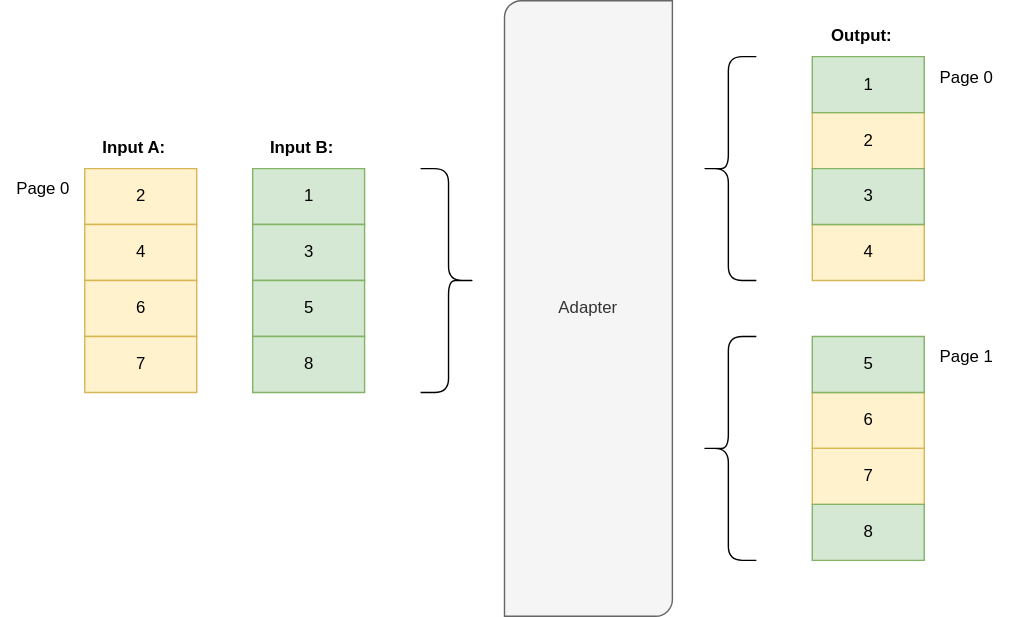
Above: images/MergeResponsesSimple.svg in cwahlmann/searchadapter (draw.io), before the change. Source tidied: cells renumbered, new cells last; positions are measured from the earlier drawing's top-left corner, leaving out a move shared by most shapes. Its diagram source:
```xml
<mxGraphModel>
  <root>
    <mxCell id="0" />
    <mxCell id="1" parent="0" />
    <mxCell id="2" value="2" style="verticalLabelPosition=middle;verticalAlign=middle;html=1;shape=mxgraph.basic.rect;fillColor2=none;strokeWidth=1;size=20;indent=5;labelPosition=center;align=center;fillColor=#fff2cc;strokeColor=#d6b656;" parent="1" vertex="1">
      <mxGeometry x="60" y="120" width="80" height="40" as="geometry" />
    </mxCell>
    <mxCell id="3" value="4" style="verticalLabelPosition=middle;verticalAlign=middle;html=1;shape=mxgraph.basic.rect;fillColor2=none;strokeWidth=1;size=20;indent=5;labelPosition=center;align=center;fillColor=#fff2cc;strokeColor=#d6b656;" parent="1" vertex="1">
      <mxGeometry x="60" y="160" width="80" height="40" as="geometry" />
    </mxCell>
    <mxCell id="4" value="6" style="verticalLabelPosition=middle;verticalAlign=middle;html=1;shape=mxgraph.basic.rect;fillColor2=none;strokeWidth=1;size=20;indent=5;labelPosition=center;align=center;fillColor=#fff2cc;strokeColor=#d6b656;" parent="1" vertex="1">
      <mxGeometry x="60" y="200" width="80" height="40" as="geometry" />
    </mxCell>
    <mxCell id="5" value="7" style="verticalLabelPosition=middle;verticalAlign=middle;html=1;shape=mxgraph.basic.rect;fillColor2=none;strokeWidth=1;size=20;indent=5;labelPosition=center;align=center;fillColor=#fff2cc;strokeColor=#d6b656;" parent="1" vertex="1">
      <mxGeometry x="60" y="240" width="80" height="40" as="geometry" />
    </mxCell>
    <mxCell id="6" value="Page 0" style="text;html=1;align=center;verticalAlign=middle;strokeColor=none;fillColor=none;" parent="1" vertex="1">
      <mxGeometry y="120" width="60" height="30" as="geometry" />
    </mxCell>
    <mxCell id="7" value="Page 0" style="text;html=1;align=center;verticalAlign=middle;strokeColor=none;fillColor=none;" parent="1" vertex="1">
      <mxGeometry x="660" y="40" width="60" height="30" as="geometry" />
    </mxCell>
    <mxCell id="8" value="Adapter" style="verticalLabelPosition=middle;verticalAlign=middle;html=1;shape=mxgraph.basic.diag_round_rect;dx=6;whiteSpace=wrap;labelPosition=center;align=center;fillColor=#f5f5f5;fontColor=#333333;strokeColor=#666666;" parent="1" vertex="1">
      <mxGeometry x="360" width="120" height="440" as="geometry" />
    </mxCell>
    <mxCell id="9" style="shape=curlyBracket;whiteSpace=wrap;html=1;rounded=1;flipH=1;labelPosition=right;verticalLabelPosition=middle;align=left;verticalAlign=middle;" parent="1" vertex="1">
      <mxGeometry x="300" y="120" width="40" height="160" as="geometry" />
    </mxCell>
    <mxCell id="10" style="shape=curlyBracket;whiteSpace=wrap;html=1;rounded=1;flipH=1;labelPosition=right;verticalLabelPosition=middle;align=left;verticalAlign=middle;rotation=-180;" parent="1" vertex="1">
      <mxGeometry x="500" y="40" width="40" height="160" as="geometry" />
    </mxCell>
    <mxCell id="11" value="&lt;b&gt;Input A:&lt;/b&gt;" style="text;html=1;align=center;verticalAlign=middle;strokeColor=none;fillColor=none;" parent="1" vertex="1">
      <mxGeometry x="60" y="90" width="70" height="30" as="geometry" />
    </mxCell>
    <mxCell id="12" value="&lt;b&gt;Output:&lt;/b&gt;" style="text;html=1;align=center;verticalAlign=middle;strokeColor=none;fillColor=none;" parent="1" vertex="1">
      <mxGeometry x="580" y="10" width="70" height="30" as="geometry" />
    </mxCell>
    <mxCell id="13" value="1" style="verticalLabelPosition=middle;verticalAlign=middle;html=1;shape=mxgraph.basic.rect;fillColor2=none;strokeWidth=1;size=20;indent=5;labelPosition=center;align=center;fillColor=#d5e8d4;strokeColor=#82b366;" parent="1" vertex="1">
      <mxGeometry x="180" y="120" width="80" height="40" as="geometry" />
    </mxCell>
    <mxCell id="14" value="3" style="verticalLabelPosition=middle;verticalAlign=middle;html=1;shape=mxgraph.basic.rect;fillColor2=none;strokeWidth=1;size=20;indent=5;labelPosition=center;align=center;fillColor=#d5e8d4;strokeColor=#82b366;" parent="1" vertex="1">
      <mxGeometry x="180" y="160" width="80" height="40" as="geometry" />
    </mxCell>
    <mxCell id="15" value="5" style="verticalLabelPosition=middle;verticalAlign=middle;html=1;shape=mxgraph.basic.rect;fillColor2=none;strokeWidth=1;size=20;indent=5;labelPosition=center;align=center;fillColor=#d5e8d4;strokeColor=#82b366;" parent="1" vertex="1">
      <mxGeometry x="180" y="200" width="80" height="40" as="geometry" />
    </mxCell>
    <mxCell id="16" value="8" style="verticalLabelPosition=middle;verticalAlign=middle;html=1;shape=mxgraph.basic.rect;fillColor2=none;strokeWidth=1;size=20;indent=5;labelPosition=center;align=center;fillColor=#d5e8d4;strokeColor=#82b366;" parent="1" vertex="1">
      <mxGeometry x="180" y="240" width="80" height="40" as="geometry" />
    </mxCell>
    <mxCell id="17" value="2" style="verticalLabelPosition=middle;verticalAlign=middle;html=1;shape=mxgraph.basic.rect;fillColor2=none;strokeWidth=1;size=20;indent=5;labelPosition=center;align=center;fillColor=#fff2cc;strokeColor=#d6b656;" parent="1" vertex="1">
      <mxGeometry x="580" y="80" width="80" height="40" as="geometry" />
    </mxCell>
    <mxCell id="18" value="4" style="verticalLabelPosition=middle;verticalAlign=middle;html=1;shape=mxgraph.basic.rect;fillColor2=none;strokeWidth=1;size=20;indent=5;labelPosition=center;align=center;fillColor=#fff2cc;strokeColor=#d6b656;" parent="1" vertex="1">
      <mxGeometry x="580" y="160" width="80" height="40" as="geometry" />
    </mxCell>
    <mxCell id="19" value="6" style="verticalLabelPosition=middle;verticalAlign=middle;html=1;shape=mxgraph.basic.rect;fillColor2=none;strokeWidth=1;size=20;indent=5;labelPosition=center;align=center;fillColor=#fff2cc;strokeColor=#d6b656;" parent="1" vertex="1">
      <mxGeometry x="580" y="280" width="80" height="40" as="geometry" />
    </mxCell>
    <mxCell id="20" value="7" style="verticalLabelPosition=middle;verticalAlign=middle;html=1;shape=mxgraph.basic.rect;fillColor2=none;strokeWidth=1;size=20;indent=5;labelPosition=center;align=center;fillColor=#fff2cc;strokeColor=#d6b656;" parent="1" vertex="1">
      <mxGeometry x="580" y="320" width="80" height="40" as="geometry" />
    </mxCell>
    <mxCell id="21" value="Page 1" style="text;html=1;align=center;verticalAlign=middle;strokeColor=none;fillColor=none;" parent="1" vertex="1">
      <mxGeometry x="660" y="240" width="60" height="30" as="geometry" />
    </mxCell>
    <mxCell id="22" style="shape=curlyBracket;whiteSpace=wrap;html=1;rounded=1;flipH=1;labelPosition=right;verticalLabelPosition=middle;align=left;verticalAlign=middle;rotation=-180;" parent="1" vertex="1">
      <mxGeometry x="500" y="240" width="40" height="160" as="geometry" />
    </mxCell>
    <mxCell id="23" value="1" style="verticalLabelPosition=middle;verticalAlign=middle;html=1;shape=mxgraph.basic.rect;fillColor2=none;strokeWidth=1;size=20;indent=5;labelPosition=center;align=center;fillColor=#d5e8d4;strokeColor=#82b366;" parent="1" vertex="1">
      <mxGeometry x="580" y="40" width="80" height="40" as="geometry" />
    </mxCell>
    <mxCell id="24" value="3" style="verticalLabelPosition=middle;verticalAlign=middle;html=1;shape=mxgraph.basic.rect;fillColor2=none;strokeWidth=1;size=20;indent=5;labelPosition=center;align=center;fillColor=#d5e8d4;strokeColor=#82b366;" parent="1" vertex="1">
      <mxGeometry x="580" y="120" width="80" height="40" as="geometry" />
    </mxCell>
    <mxCell id="25" value="5" style="verticalLabelPosition=middle;verticalAlign=middle;html=1;shape=mxgraph.basic.rect;fillColor2=none;strokeWidth=1;size=20;indent=5;labelPosition=center;align=center;fillColor=#d5e8d4;strokeColor=#82b366;" parent="1" vertex="1">
      <mxGeometry x="580" y="240" width="80" height="40" as="geometry" />
    </mxCell>
    <mxCell id="26" value="8" style="verticalLabelPosition=middle;verticalAlign=middle;html=1;shape=mxgraph.basic.rect;fillColor2=none;strokeWidth=1;size=20;indent=5;labelPosition=center;align=center;fillColor=#d5e8d4;strokeColor=#82b366;" parent="1" vertex="1">
      <mxGeometry x="580" y="360" width="80" height="40" as="geometry" />
    </mxCell>
    <mxCell id="27" value="&lt;b&gt;Input B:&lt;/b&gt;" style="text;html=1;align=center;verticalAlign=middle;strokeColor=none;fillColor=none;" parent="1" vertex="1">
      <mxGeometry x="180" y="90" width="70" height="30" as="geometry" />
    </mxCell>
  </root>
</mxGraphModel>
```
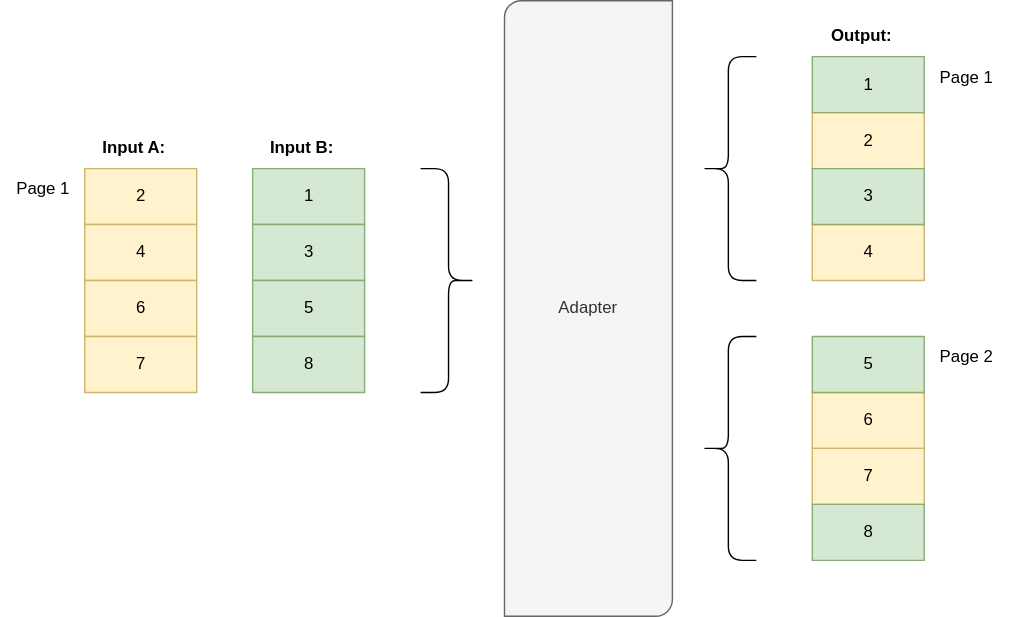
After the change.

Change to the diagram source:
```diff
@@ -14,10 +14,10 @@
     <mxCell id="5" value="7" style="verticalLabelPosition=middle;verticalAlign=middle;html=1;shape=mxgraph.basic.rect;fillColor2=none;strokeWidth=1;size=20;indent=5;labelPosition=center;align=center;fillColor=#fff2cc;strokeColor=#d6b656;" parent="1" vertex="1">
       <mxGeometry x="60" y="240" width="80" height="40" as="geometry" />
     </mxCell>
-    <mxCell id="6" value="Page 0" style="text;html=1;align=center;verticalAlign=middle;strokeColor=none;fillColor=none;" parent="1" vertex="1">
+    <mxCell id="6" value="Page 1" style="text;html=1;align=center;verticalAlign=middle;strokeColor=none;fillColor=none;" parent="1" vertex="1">
       <mxGeometry y="120" width="60" height="30" as="geometry" />
     </mxCell>
-    <mxCell id="7" value="Page 0" style="text;html=1;align=center;verticalAlign=middle;strokeColor=none;fillColor=none;" parent="1" vertex="1">
+    <mxCell id="7" value="Page 1" style="text;html=1;align=center;verticalAlign=middle;strokeColor=none;fillColor=none;" parent="1" vertex="1">
       <mxGeometry x="660" y="40" width="60" height="30" as="geometry" />
     </mxCell>
     <mxCell id="8" value="Adapter" style="verticalLabelPosition=middle;verticalAlign=middle;html=1;shape=mxgraph.basic.diag_round_rect;dx=6;whiteSpace=wrap;labelPosition=center;align=center;fillColor=#f5f5f5;fontColor=#333333;strokeColor=#666666;" parent="1" vertex="1">
@@ -59,7 +59,7 @@
     <mxCell id="20" value="7" style="verticalLabelPosition=middle;verticalAlign=middle;html=1;shape=mxgraph.basic.rect;fillColor2=none;strokeWidth=1;size=20;indent=5;labelPosition=center;align=center;fillColor=#fff2cc;strokeColor=#d6b656;" parent="1" vertex="1">
       <mxGeometry x="580" y="320" width="80" height="40" as="geometry" />
     </mxCell>
-    <mxCell id="21" value="Page 1" style="text;html=1;align=center;verticalAlign=middle;strokeColor=none;fillColor=none;" parent="1" vertex="1">
+    <mxCell id="21" value="Page 2" style="text;html=1;align=center;verticalAlign=middle;strokeColor=none;fillColor=none;" parent="1" vertex="1">
       <mxGeometry x="660" y="240" width="60" height="30" as="geometry" />
     </mxCell>
     <mxCell id="22" style="shape=curlyBracket;whiteSpace=wrap;html=1;rounded=1;flipH=1;labelPosition=right;verticalLabelPosition=middle;align=left;verticalAlign=middle;rotation=-180;" parent="1" vertex="1">
```
